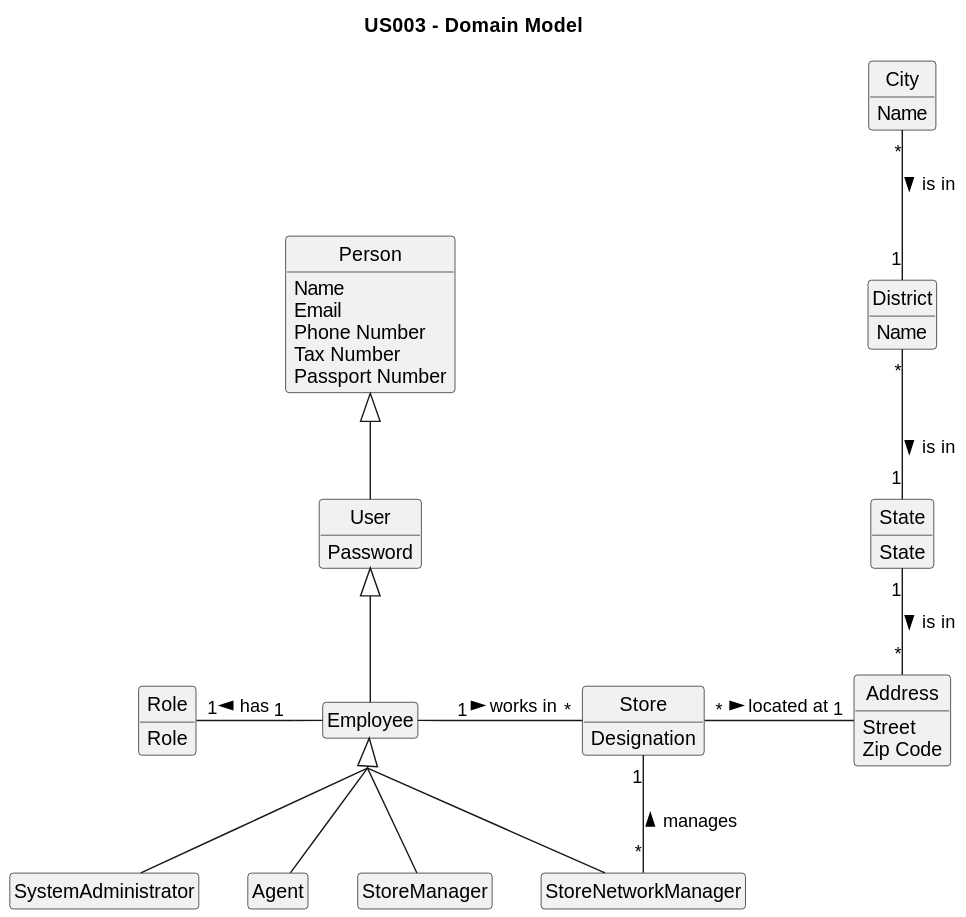
PureNimble/ISEP-LAPR2 keeps this PlantUML diagram as docs/sprintB/US03/02.analysis/svg/us03-domain-model.svg. Above is the earlier version.
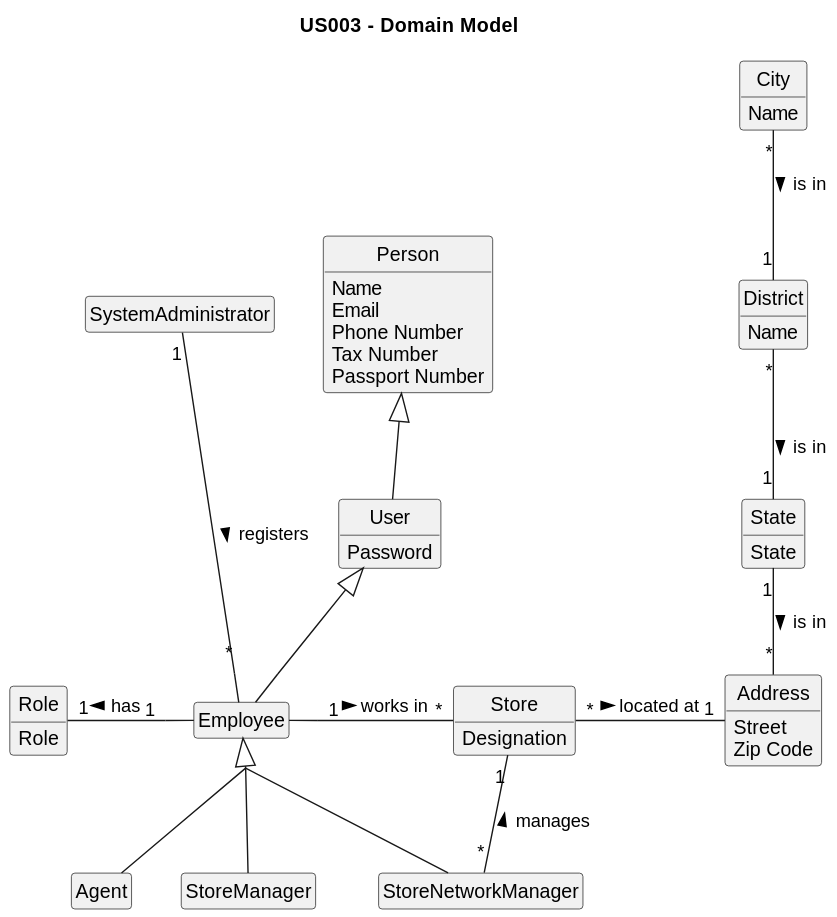
The same file after the commit.

What changed in the source:
```diff
@@ -87,7 +87,8 @@
 Employee <|-- Agent
 Employee <|-- StoreNetworkManager
 Employee <|-- StoreManager
-Employee <|-- SystemAdministrator
+
+SystemAdministrator "1" --- "*" Employee: registers >
 
 
 Store "*" - "1" Address : located at >
```
